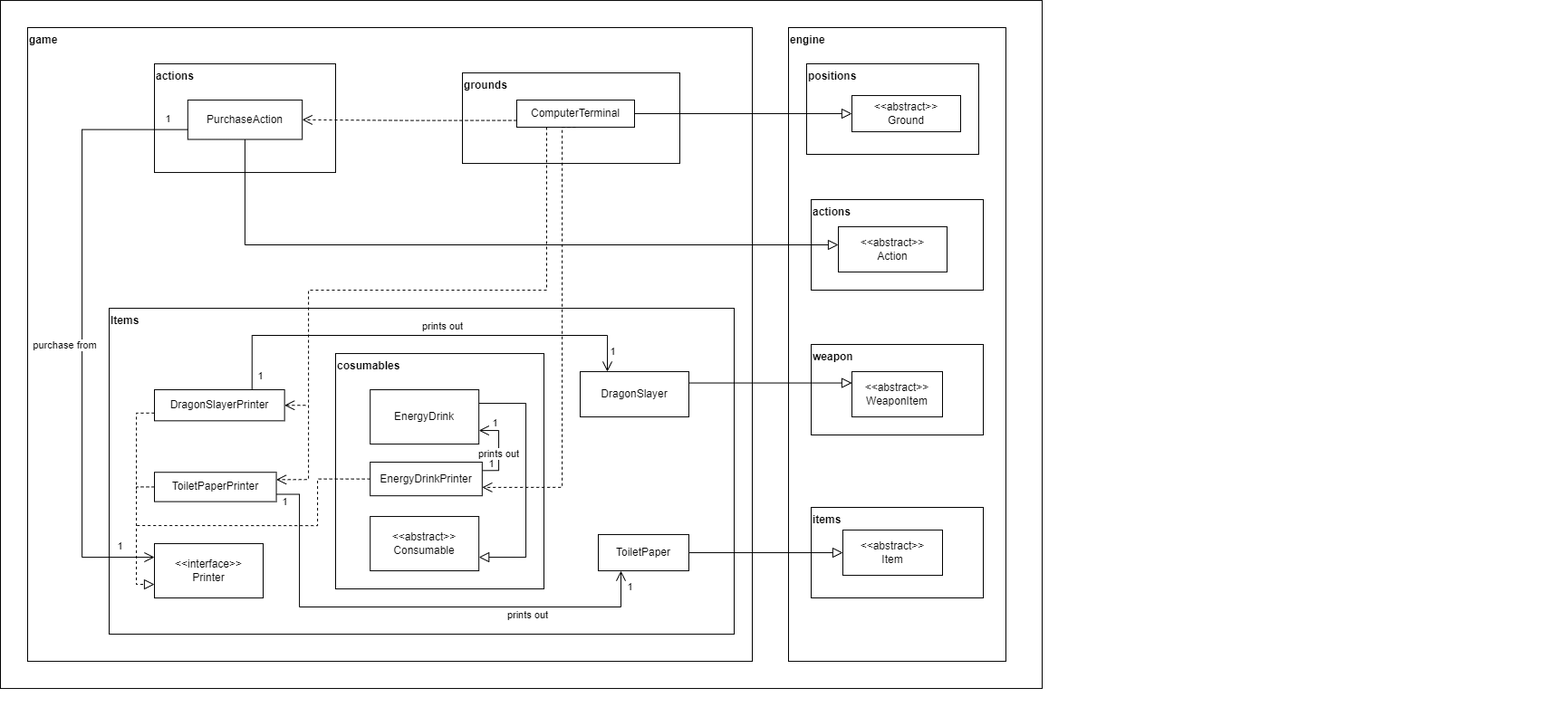
The draw.io diagram docs/design/assignment2/requirement4/UML4.png in itsfarnoosh/spider_factory, before a commit. Source tidied: cells renumbered, new cells last; positions are measured from the earlier drawing's top-left corner, leaving out a move shared by most shapes.
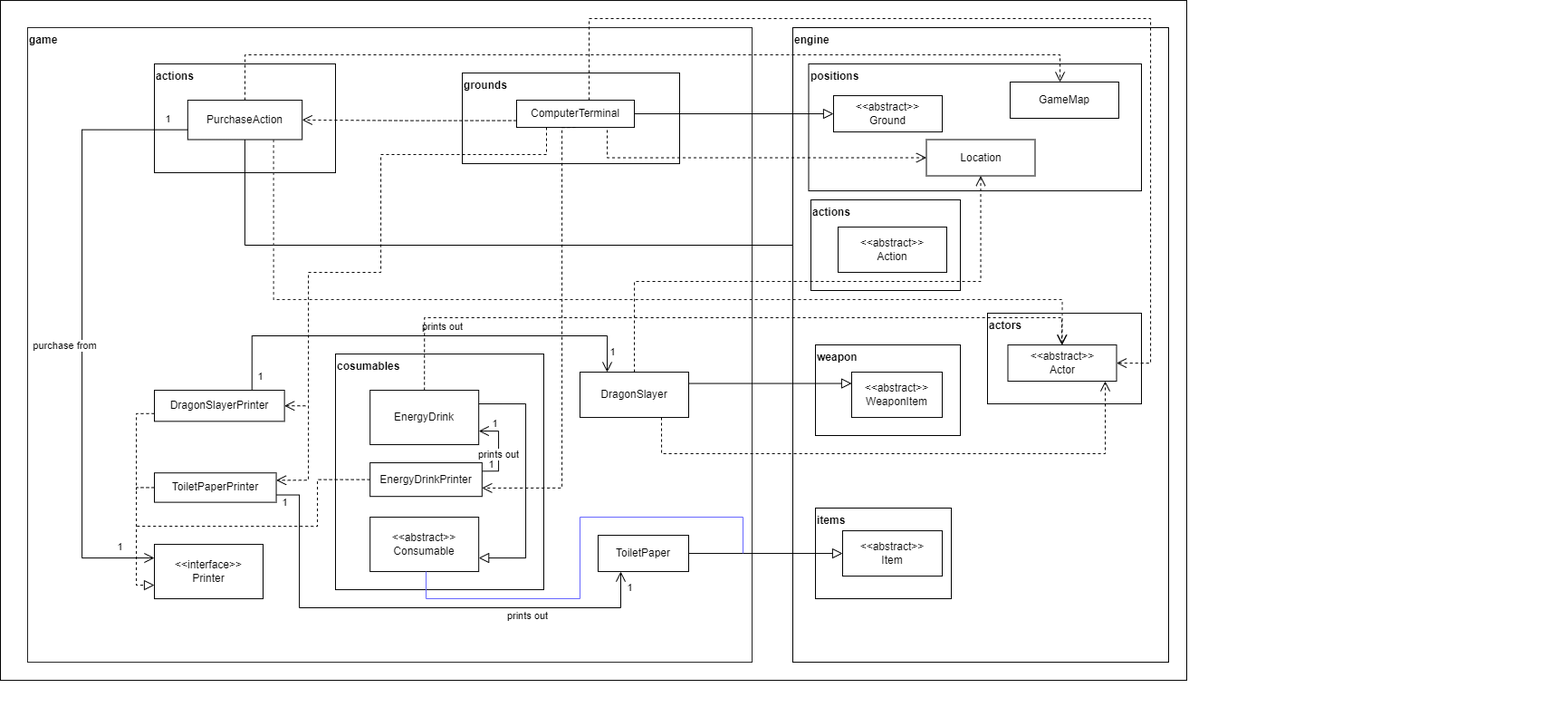
After the change.

Change to the diagram source:
```diff
@@ -2,16 +2,16 @@
   <root>
     <mxCell id="0" />
     <mxCell id="1" parent="0" />
+    <mxCell id="13" value="Items" style="rounded=0;whiteSpace=wrap;html=1;verticalAlign=top;align=left;labelPosition=center;verticalLabelPosition=middle;fontStyle=1;fillColor=default;" parent="1" vertex="1">
+      <mxGeometry x="120" y="340" width="690" height="360" as="geometry" />
+    </mxCell>
     <mxCell id="2" style="group;" parent="1" vertex="1">
-      <mxGeometry x="170" y="70.1" width="1050" height="710" as="geometry" />
+      <mxGeometry x="170" y="70.1" width="1555" height="720" as="geometry" />
     </mxCell>
     <mxCell id="3" style="rounded=0;whiteSpace=wrap;html=1;verticalAlign=top;align=left;labelPosition=center;verticalLabelPosition=middle;fontStyle=1;" parent="2" vertex="1">
-      <mxGeometry x="-170" y="-70" width="1150" height="760" as="geometry" />
+      <mxGeometry x="-170" y="-70" width="1310" height="750" as="geometry" />
     </mxCell>
-    <mxCell id="4" value="engine" style="rounded=0;whiteSpace=wrap;html=1;verticalAlign=top;align=left;labelPosition=center;verticalLabelPosition=middle;fontStyle=1;" parent="2" vertex="1">
-      <mxGeometry x="700" y="-40" width="240" height="700" as="geometry" />
-    </mxCell>
-    <mxCell id="5" value="game" style="rounded=0;whiteSpace=wrap;html=1;verticalAlign=top;align=left;labelPosition=center;verticalLabelPosition=middle;fontStyle=1;" parent="2" vertex="1">
+    <mxCell id="5" value="game" style="rounded=0;whiteSpace=wrap;html=1;verticalAlign=top;align=left;labelPosition=center;verticalLabelPosition=middle;fontStyle=1;strokeColor=#212121;" parent="2" vertex="1">
       <mxGeometry x="-140" y="-40" width="800" height="700" as="geometry" />
     </mxCell>
     <mxCell id="6" value="actions" style="rounded=0;whiteSpace=wrap;html=1;align=left;verticalAlign=top;fontStyle=1;" parent="2" vertex="1">
@@ -20,12 +20,79 @@
     <mxCell id="7" value="PurchaseAction" style="rounded=0;whiteSpace=wrap;html=1;" parent="2" vertex="1">
       <mxGeometry x="36.8" y="40" width="126.3" height="43.5" as="geometry" />
     </mxCell>
+    <mxCell id="57" style="edgeStyle=orthogonalEdgeStyle;rounded=0;jettySize=auto;html=1;endSize=9;endArrow=block;endFill=0;" parent="2" edge="1" source="7" target="55">
+      <mxGeometry relative="1" as="geometry">
+        <Array as="points">
+          <mxPoint x="100" y="199.9" />
+        </Array>
+      </mxGeometry>
+    </mxCell>
+    <mxCell id="4" value="engine" style="rounded=0;whiteSpace=wrap;html=1;verticalAlign=top;align=left;labelPosition=center;verticalLabelPosition=middle;fontStyle=1;" parent="2" vertex="1">
+      <mxGeometry x="705" y="-40" width="415" height="700" as="geometry" />
+    </mxCell>
     <mxCell id="8" value="weapon" style="rounded=0;whiteSpace=wrap;html=1;fontStyle=1;align=left;verticalAlign=top;" parent="2" vertex="1">
-      <mxGeometry x="725" y="309.9" width="190" height="100" as="geometry" />
+      <mxGeometry x="730" y="309.9" width="160" height="100" as="geometry" />
     </mxCell>
     <mxCell id="9" value="items" style="rounded=0;whiteSpace=wrap;html=1;fontStyle=1;align=left;verticalAlign=top;" parent="2" vertex="1">
-      <mxGeometry x="725" y="489.9" width="190" height="100" as="geometry" />
+      <mxGeometry x="730" y="489.9" width="150" height="100" as="geometry" />
     </mxCell>
+    <mxCell id="50" value="positions" style="rounded=0;whiteSpace=wrap;html=1;fontStyle=1;align=left;verticalAlign=top;" parent="2" vertex="1">
+      <mxGeometry x="722.5" width="367.5" height="140" as="geometry" />
+    </mxCell>
+    <mxCell id="51" value="&lt;div&gt;&amp;lt;&amp;lt;abstract&amp;gt;&amp;gt;&lt;/div&gt;Item" style="rounded=0;whiteSpace=wrap;html=1;fontStyle=0;align=center;verticalAlign=middle;" parent="2" vertex="1">
+      <mxGeometry x="760" y="515" width="110" height="50" as="geometry" />
+    </mxCell>
+    <mxCell id="52" value="&amp;lt;&amp;lt;abstract&amp;gt;&amp;gt;&lt;div&gt;Ground&lt;/div&gt;" style="rounded=0;whiteSpace=wrap;html=1;" parent="2" vertex="1">
+      <mxGeometry x="750" y="35" width="120" height="40" as="geometry" />
+    </mxCell>
+    <mxCell id="53" value="&amp;lt;&amp;lt;abstract&amp;gt;&amp;gt;&lt;div&gt;WeaponItem&lt;/div&gt;" style="rounded=0;whiteSpace=wrap;html=1;" parent="2" vertex="1">
+      <mxGeometry x="770" y="340" width="100" height="50" as="geometry" />
+    </mxCell>
+    <mxCell id="54" value="actions" style="rounded=0;whiteSpace=wrap;html=1;fontStyle=1;align=left;verticalAlign=top;" parent="2" vertex="1">
+      <mxGeometry x="725" y="149.9" width="165" height="100" as="geometry" />
+    </mxCell>
+    <mxCell id="55" value="&amp;lt;&amp;lt;abstract&amp;gt;&amp;gt;&lt;div&gt;Action&lt;/div&gt;" style="rounded=0;whiteSpace=wrap;html=1;" parent="2" vertex="1">
+      <mxGeometry x="755" y="179.9" width="120" height="50" as="geometry" />
+    </mxCell>
+    <mxCell id="58" value="actors" style="rounded=0;whiteSpace=wrap;html=1;fontStyle=1;align=left;verticalAlign=top;" parent="2" vertex="1">
+      <mxGeometry x="920" y="275" width="170" height="100" as="geometry" />
+    </mxCell>
+    <mxCell id="59" value="&amp;lt;&amp;lt;abstract&amp;gt;&amp;gt;&lt;div&gt;Actor&lt;/div&gt;" style="rounded=0;whiteSpace=wrap;html=1;" parent="2" vertex="1">
+      <mxGeometry x="942.5" y="310" width="120" height="40" as="geometry" />
+    </mxCell>
+    <mxCell id="60" value="&lt;div&gt;GameMap&lt;/div&gt;" style="rounded=0;whiteSpace=wrap;html=1;" parent="2" vertex="1">
+      <mxGeometry x="945" y="19.9" width="120" height="40" as="geometry" />
+    </mxCell>
+    <mxCell id="61" value="&lt;div&gt;Location&lt;/div&gt;" style="rounded=0;whiteSpace=wrap;html=1;" parent="2" vertex="1">
+      <mxGeometry x="852.5" y="83.5" width="120" height="40" as="geometry" />
+    </mxCell>
+    <mxCell id="62" style="edgeStyle=orthogonalEdgeStyle;rounded=0;jettySize=auto;html=1;exitX=0.75;exitY=1;exitDx=0;exitDy=0;dashed=1;endArrow=open;endFill=0;endSize=9;entryX=0.5;entryY=0;entryDx=0;entryDy=0;strokeColor=#212121;" parent="2" edge="1" source="7" target="59">
+      <mxGeometry relative="1" as="geometry">
+        <Array as="points">
+          <mxPoint x="132" y="260" />
+          <mxPoint x="1003" y="260" />
+        </Array>
+      </mxGeometry>
+    </mxCell>
+    <mxCell id="63" style="edgeStyle=orthogonalEdgeStyle;rounded=0;jettySize=auto;html=1;exitX=0.5;exitY=0;exitDx=0;exitDy=0;dashed=1;endArrow=open;endFill=0;endSize=9;" parent="2" edge="1" source="7">
+      <mxGeometry relative="1" as="geometry">
+        <mxPoint x="1000" y="19.9" as="targetPoint" />
+        <Array as="points">
+          <mxPoint x="100" y="-10" />
+          <mxPoint x="1000" y="-10" />
+          <mxPoint x="1000" y="20" />
+        </Array>
+      </mxGeometry>
+    </mxCell>
+    <mxCell id="64" style="edgeStyle=orthogonalEdgeStyle;rounded=0;jettySize=auto;html=1;exitX=0.75;exitY=1;exitDx=0;exitDy=0;dashed=1;endArrow=open;endFill=0;endSize=9;" parent="2" edge="1" source="38">
+      <mxGeometry relative="1" as="geometry">
+        <mxPoint x="1050" y="349.9" as="targetPoint" />
+        <Array as="points">
+          <mxPoint x="560" y="430" />
+          <mxPoint x="1050" y="430" />
+        </Array>
+      </mxGeometry>
+    </mxCell>
     <mxCell id="10" style="group;" parent="1" vertex="1">
       <mxGeometry x="510" y="80.1" width="240" height="190" as="geometry" />
     </mxCell>
@@ -35,9 +102,6 @@
     <mxCell id="12" value="ComputerTerminal" style="rounded=0;whiteSpace=wrap;html=1;" parent="10" vertex="1">
       <mxGeometry x="60" y="30" width="130" height="30" as="geometry" />
     </mxCell>
-    <mxCell id="13" value="Items" style="rounded=0;whiteSpace=wrap;html=1;verticalAlign=top;align=left;labelPosition=center;verticalLabelPosition=middle;fontStyle=1;fillColor=default;" parent="1" vertex="1">
-      <mxGeometry x="120" y="340" width="690" height="360" as="geometry" />
-    </mxCell>
     <mxCell id="14" style="edgeStyle=orthogonalEdgeStyle;rounded=0;jettySize=auto;html=1;exitX=0;exitY=0.75;exitDx=0;exitDy=0;endArrow=none;endFill=0;dashed=1;" parent="1" edge="1" source="20">
       <mxGeometry relative="1" as="geometry">
         <mxPoint x="150" y="540" as="targetPoint" />
@@ -209,42 +273,67 @@
       <mxGeometry relative="1" as="geometry">
         <mxPoint x="603" y="140" as="sourcePoint" />
         <Array as="points">
-          <mxPoint x="603" y="320" />
-          <mxPoint x="340" y="320" />
+          <mxPoint x="603" y="170" />
+          <mxPoint x="420" y="170" />
+          <mxPoint x="420" y="300" />
+          <mxPoint x="340" y="300" />
           <mxPoint x="340" y="529" />
         </Array>
       </mxGeometry>
     </mxCell>
-    <mxCell id="49" style="group;" parent="1" vertex="1">
-      <mxGeometry x="900" y="80.1" width="830" height="660" as="geometry" />
-    </mxCell>
-    <mxCell id="50" value="positions" style="rounded=0;whiteSpace=wrap;html=1;fontStyle=1;align=left;verticalAlign=top;" parent="49" vertex="1">
-      <mxGeometry x="-10" y="-10.1" width="190" height="100" as="geometry" />
-    </mxCell>
-    <mxCell id="51" value="&lt;div&gt;&amp;lt;&amp;lt;abstract&amp;gt;&amp;gt;&lt;/div&gt;Item" style="rounded=0;whiteSpace=wrap;html=1;fontStyle=0;align=center;verticalAlign=middle;" parent="49" vertex="1">
-      <mxGeometry x="30" y="505" width="110" height="50" as="geometry" />
-    </mxCell>
-    <mxCell id="52" value="&amp;lt;&amp;lt;abstract&amp;gt;&amp;gt;&lt;div&gt;Ground&lt;/div&gt;" style="rounded=0;whiteSpace=wrap;html=1;" parent="49" vertex="1">
-      <mxGeometry x="40" y="25" width="120" height="40" as="geometry" />
-    </mxCell>
-    <mxCell id="53" value="&amp;lt;&amp;lt;abstract&amp;gt;&amp;gt;&lt;div&gt;WeaponItem&lt;/div&gt;" style="rounded=0;whiteSpace=wrap;html=1;" parent="49" vertex="1">
-      <mxGeometry x="40" y="330" width="100" height="50" as="geometry" />
-    </mxCell>
-    <mxCell id="54" value="actions" style="rounded=0;whiteSpace=wrap;html=1;fontStyle=1;align=left;verticalAlign=top;" parent="49" vertex="1">
-      <mxGeometry x="-5" y="139.9" width="190" height="100" as="geometry" />
-    </mxCell>
-    <mxCell id="55" value="&amp;lt;&amp;lt;abstract&amp;gt;&amp;gt;&lt;div&gt;Action&lt;/div&gt;" style="rounded=0;whiteSpace=wrap;html=1;" parent="49" vertex="1">
-      <mxGeometry x="25" y="169.9" width="120" height="50" as="geometry" />
-    </mxCell>
     <mxCell id="56" style="edgeStyle=orthogonalEdgeStyle;rounded=0;jettySize=auto;html=1;endArrow=block;endFill=0;endSize=9;" parent="1" edge="1" source="12" target="52">
       <mxGeometry relative="1" as="geometry" />
     </mxCell>
-    <mxCell id="57" style="edgeStyle=orthogonalEdgeStyle;rounded=0;jettySize=auto;html=1;endSize=9;endArrow=block;endFill=0;" parent="1" edge="1" source="7" target="55">
-      <mxGeometry relative="1" as="geometry">
-        <Array as="points">
-          <mxPoint x="270" y="270" />
-        </Array>
-      </mxGeometry>
-    </mxCell>
+    <mxCell id="65" style="endArrow=classic;html=1;rounded=0;exitX=0.5;exitY=1;exitDx=0;exitDy=0;" parent="1" edge="1" source="41">
+      <mxGeometry relative="1" as="geometry">
+        <mxPoint x="468" y="630" as="targetPoint" />
+      </mxGeometry>
+    </mxCell>
+    <mxCell id="66" style="endArrow=none;html=1;rounded=0;strokeColor=#6666FF;" parent="1" edge="1">
+      <mxGeometry relative="1" as="geometry">
+        <mxPoint x="470" y="630" as="sourcePoint" />
+        <mxPoint x="820" y="610" as="targetPoint" />
+        <Array as="points">
+          <mxPoint x="470" y="660" />
+          <mxPoint x="640" y="660" />
+          <mxPoint x="640" y="570" />
+          <mxPoint x="820" y="570" />
+        </Array>
+      </mxGeometry>
+    </mxCell>
+    <mxCell id="67" style="edgeStyle=orthogonalEdgeStyle;rounded=0;jettySize=auto;html=1;dashed=1;endArrow=open;endFill=0;endSize=9;entryX=0;entryY=0.5;entryDx=0;entryDy=0;" parent="1" edge="1" target="61">
+      <mxGeometry relative="1" as="geometry">
+        <mxPoint x="670" y="143" as="sourcePoint" />
+        <Array as="points">
+          <mxPoint x="670" y="174" />
+        </Array>
+      </mxGeometry>
+    </mxCell>
+    <mxCell id="68" style="edgeStyle=orthogonalEdgeStyle;rounded=0;jettySize=auto;html=1;exitX=0.5;exitY=0;exitDx=0;exitDy=0;dashed=1;endArrow=open;endFill=0;endSize=9;" parent="1" edge="1" source="36" target="59">
+      <mxGeometry relative="1" as="geometry">
+        <Array as="points">
+          <mxPoint x="468" y="350" />
+          <mxPoint x="1172" y="350" />
+        </Array>
+      </mxGeometry>
+    </mxCell>
+    <mxCell id="69" style="edgeStyle=orthogonalEdgeStyle;rounded=0;jettySize=auto;html=1;exitX=0.5;exitY=0;exitDx=0;exitDy=0;dashed=1;endArrow=open;endFill=0;endSize=9;entryX=0.5;entryY=1;entryDx=0;entryDy=0;" parent="1" edge="1" source="38" target="61">
+      <mxGeometry relative="1" as="geometry">
+        <Array as="points">
+          <mxPoint x="700" y="310" />
+          <mxPoint x="1082" y="310" />
+        </Array>
+      </mxGeometry>
+    </mxCell>
+    <mxCell id="70" style="edgeStyle=orthogonalEdgeStyle;rounded=0;jettySize=auto;html=1;dashed=1;endArrow=open;endFill=0;endSize=9;entryX=1;entryY=0.5;entryDx=0;entryDy=0;" parent="1" edge="1" target="59">
+      <mxGeometry relative="1" as="geometry">
+        <mxPoint x="650" y="110" as="sourcePoint" />
+        <Array as="points">
+          <mxPoint x="650" y="20" />
+          <mxPoint x="1270" y="20" />
+          <mxPoint x="1270" y="400" />
+        </Array>
+      </mxGeometry>
+    </mxCell>
   </root>
 </mxGraphModel>
```
